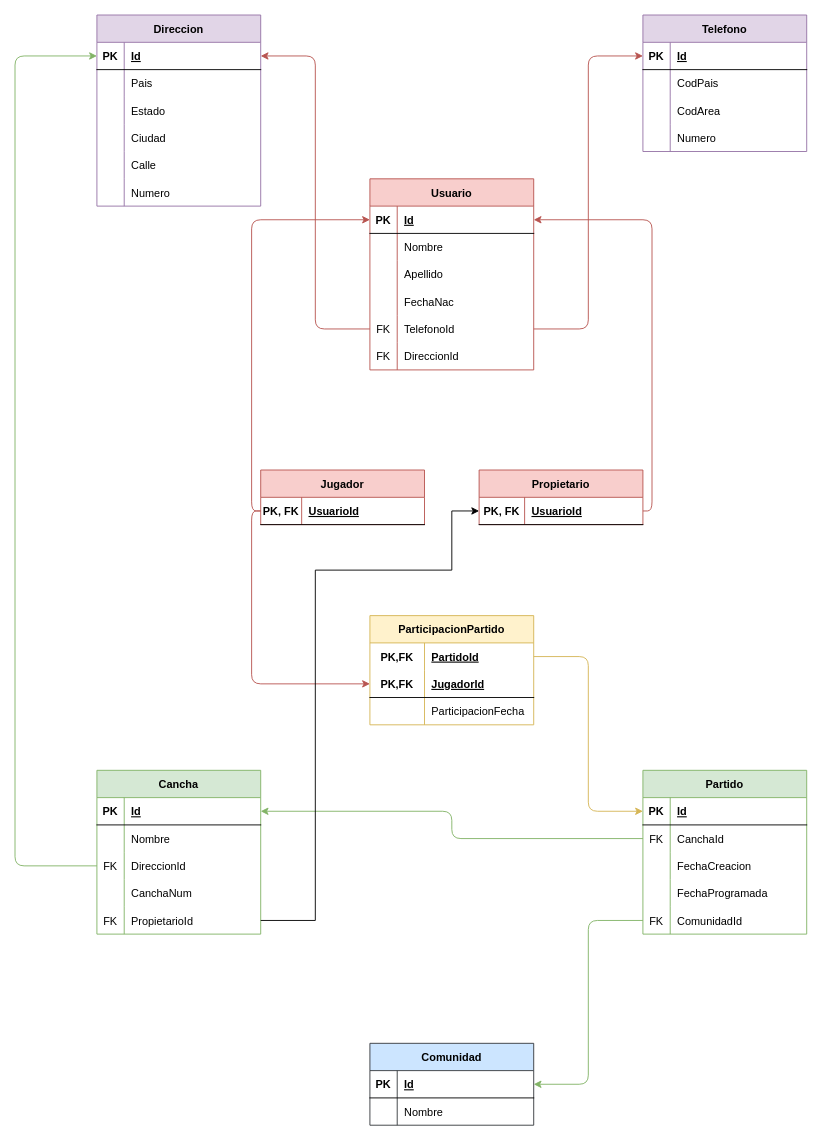
The draw.io diagram design/db/schema.drawio in fmartinez28/PartidosYa, before the edit. Source tidied: cells renumbered, new cells numbered last; positions are measured from the earlier drawing's top-left corner, leaving out a move shared by most shapes. Both pictures are drawn from the tidied source at 91%, with x=0, y=0 at pixel (15, 15).
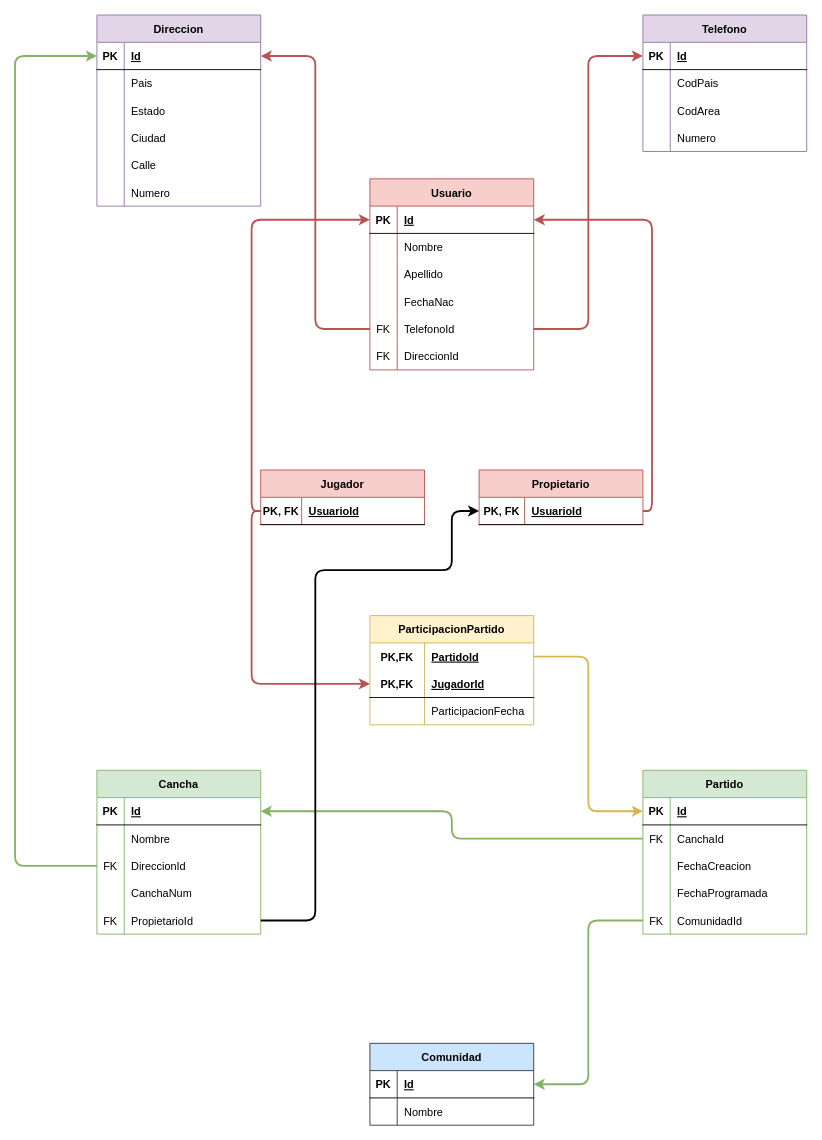
The same diagram, later.

Commit message:
retoques al diseño

The change refers to these unchanged cells:
```xml
<mxCell id="2" value="Partido" style="shape=table;startSize=30;childLayout=tableLayout;rowLines=0;fontStyle=1;align=center;fillColor=#d5e8d4;strokeColor=#82b366;" parent="1" vertex="1">
  <mxGeometry x="690" y="830" width="180" height="180" as="geometry" />
</mxCell>
<mxCell id="6" style="shape=tableRow;horizontal=0;startSize=0;swimlaneHead=0;swimlaneBody=0;fillColor=none;points=[[0,0.5],[1,0.5]];portConstraint=eastwest;top=0;left=0;right=0;bottom=0;" parent="2" vertex="1">
  <mxGeometry y="60" width="180" height="30" as="geometry" />
</mxCell>
<mxCell id="15" style="shape=tableRow;horizontal=0;startSize=0;swimlaneHead=0;swimlaneBody=0;fillColor=none;points=[[0,0.5],[1,0.5]];portConstraint=eastwest;top=0;left=0;right=0;bottom=0;" parent="2" vertex="1">
  <mxGeometry y="150" width="180" height="30" as="geometry" />
</mxCell>
<mxCell id="19" style="shape=tableRow;horizontal=0;startSize=0;swimlaneHead=0;swimlaneBody=0;fillColor=none;points=[[0,0.5],[1,0.5]];portConstraint=eastwest;top=0;left=0;right=0;bottom=1;" parent="18" vertex="1">
  <mxGeometry y="30" width="180" height="30" as="geometry" />
</mxCell>
<mxCell id="23" style="shape=tableRow;horizontal=0;startSize=0;swimlaneHead=0;swimlaneBody=0;fillColor=none;points=[[0,0.5],[1,0.5]];portConstraint=eastwest;top=0;left=0;right=0;bottom=1;" parent="22" vertex="1">
  <mxGeometry y="30" width="180" height="30" as="geometry" />
</mxCell>
<mxCell id="27" style="shape=tableRow;horizontal=0;startSize=0;swimlaneHead=0;swimlaneBody=0;fillColor=none;points=[[0,0.5],[1,0.5]];portConstraint=eastwest;top=0;left=0;right=0;bottom=1;" parent="26" vertex="1">
  <mxGeometry y="30" width="180" height="30" as="geometry" />
</mxCell>
<mxCell id="39" style="shape=tableRow;horizontal=0;startSize=0;swimlaneHead=0;swimlaneBody=0;fillColor=none;points=[[0,0.5],[1,0.5]];portConstraint=eastwest;top=0;left=0;right=0;bottom=0;" parent="26" vertex="1">
  <mxGeometry y="150" width="180" height="30" as="geometry" />
</mxCell>
<mxCell id="46" style="shape=tableRow;horizontal=0;startSize=0;swimlaneHead=0;swimlaneBody=0;fillColor=none;points=[[0,0.5],[1,0.5]];portConstraint=eastwest;top=0;left=0;right=0;bottom=1;" parent="45" vertex="1">
  <mxGeometry y="30" width="180" height="30" as="geometry" />
</mxCell>
<mxCell id="52" style="shape=tableRow;horizontal=0;startSize=0;swimlaneHead=0;swimlaneBody=0;fillColor=none;points=[[0,0.5],[1,0.5]];portConstraint=eastwest;top=0;left=0;right=0;bottom=0;" parent="45" vertex="1">
  <mxGeometry y="90" width="180" height="30" as="geometry" />
</mxCell>
<mxCell id="58" style="shape=tableRow;horizontal=0;startSize=0;swimlaneHead=0;swimlaneBody=0;fillColor=none;points=[[0,0.5],[1,0.5]];portConstraint=eastwest;top=0;left=0;right=0;bottom=0;" parent="45" vertex="1">
  <mxGeometry y="150" width="180" height="30" as="geometry" />
</mxCell>
<mxCell id="62" style="shape=tableRow;horizontal=0;startSize=0;swimlaneHead=0;swimlaneBody=0;fillColor=none;points=[[0,0.5],[1,0.5]];portConstraint=eastwest;top=0;left=0;right=0;bottom=1;" parent="61" vertex="1">
  <mxGeometry y="30" width="180" height="30" as="geometry" />
</mxCell>
<mxCell id="81" style="shape=tableRow;horizontal=0;startSize=0;swimlaneHead=0;swimlaneBody=0;fillColor=none;points=[[0,0.5],[1,0.5]];portConstraint=eastwest;top=0;left=0;right=0;bottom=1;" parent="80" vertex="1">
  <mxGeometry y="30" width="180" height="30" as="geometry" />
</mxCell>
<mxCell id="94" style="shape=tableRow;horizontal=0;startSize=0;swimlaneHead=0;swimlaneBody=0;fillColor=none;points=[[0,0.5],[1,0.5]];portConstraint=eastwest;top=0;left=0;right=0;bottom=0;" parent="93" vertex="1">
  <mxGeometry y="30" width="180" height="30" as="geometry" />
</mxCell>
<mxCell id="97" style="shape=tableRow;horizontal=0;startSize=0;swimlaneHead=0;swimlaneBody=0;fillColor=none;points=[[0,0.5],[1,0.5]];portConstraint=eastwest;top=0;left=0;right=0;bottom=1;" parent="93" vertex="1">
  <mxGeometry y="60" width="180" height="30" as="geometry" />
</mxCell>
<mxCell id="112" style="shape=tableRow;horizontal=0;startSize=0;swimlaneHead=0;swimlaneBody=0;fillColor=none;points=[[0,0.5],[1,0.5]];portConstraint=eastwest;top=0;left=0;right=0;bottom=1;" parent="111" vertex="1">
  <mxGeometry y="30" width="180" height="30" as="geometry" />
</mxCell>
```

Change to the diagram source:
```diff
@@
-    <mxCell id="103" style="edgeStyle=orthogonalEdgeStyle;html=1;exitX=0;exitY=0.5;exitDx=0;exitDy=0;entryX=0;entryY=0.5;entryDx=0;entryDy=0;fillColor=#f8cecc;strokeColor=#b85450;" parent="1" edge="1" source="19" target="27">
+    <mxCell id="103" style="edgeStyle=orthogonalEdgeStyle;html=1;exitX=0;exitY=0.5;exitDx=0;exitDy=0;entryX=0;entryY=0.5;entryDx=0;entryDy=0;fillColor=#f8cecc;strokeColor=#b85450;strokeWidth=2;" parent="1" edge="1" source="19" target="27">
       <mxGeometry relative="1" as="geometry" />
     </mxCell>
-    <mxCell id="104" style="edgeStyle=orthogonalEdgeStyle;html=1;exitX=1;exitY=0.5;exitDx=0;exitDy=0;entryX=1;entryY=0.5;entryDx=0;entryDy=0;fillColor=#f8cecc;strokeColor=#b85450;" parent="1" edge="1" source="23" target="27">
+    <mxCell id="104" style="edgeStyle=orthogonalEdgeStyle;html=1;exitX=1;exitY=0.5;exitDx=0;exitDy=0;entryX=1;entryY=0.5;entryDx=0;entryDy=0;fillColor=#f8cecc;strokeColor=#b85450;strokeWidth=2;" parent="1" edge="1" source="23" target="27">
       <mxGeometry relative="1" as="geometry" />
     </mxCell>
-    <mxCell id="105" style="edgeStyle=orthogonalEdgeStyle;html=1;exitX=1;exitY=0.5;exitDx=0;exitDy=0;entryX=0;entryY=0.5;entryDx=0;entryDy=0;fillColor=#f8cecc;strokeColor=#b85450;" parent="1" edge="1" source="39" target="81">
+    <mxCell id="105" style="edgeStyle=orthogonalEdgeStyle;html=1;exitX=1;exitY=0.5;exitDx=0;exitDy=0;entryX=0;entryY=0.5;entryDx=0;entryDy=0;fillColor=#f8cecc;strokeColor=#b85450;strokeWidth=2;" parent="1" edge="1" source="39" target="81">
       <mxGeometry relative="1" as="geometry" />
     </mxCell>
-    <mxCell id="106" style="edgeStyle=orthogonalEdgeStyle;html=1;exitX=0;exitY=0.5;exitDx=0;exitDy=0;entryX=1;entryY=0.5;entryDx=0;entryDy=0;fillColor=#f8cecc;strokeColor=#b85450;" parent="1" edge="1" source="39" target="62">
+    <mxCell id="106" style="edgeStyle=orthogonalEdgeStyle;html=1;exitX=0;exitY=0.5;exitDx=0;exitDy=0;entryX=1;entryY=0.5;entryDx=0;entryDy=0;fillColor=#f8cecc;strokeColor=#b85450;strokeWidth=2;" parent="1" edge="1" source="39" target="62">
       <mxGeometry relative="1" as="geometry" />
     </mxCell>
-    <mxCell id="107" style="edgeStyle=orthogonalEdgeStyle;html=1;exitX=0;exitY=0.5;exitDx=0;exitDy=0;entryX=0;entryY=0.5;entryDx=0;entryDy=0;fillColor=#f8cecc;strokeColor=#b85450;" parent="1" edge="1" source="19" target="97">
+    <mxCell id="107" style="edgeStyle=orthogonalEdgeStyle;html=1;exitX=0;exitY=0.5;exitDx=0;exitDy=0;entryX=0;entryY=0.5;entryDx=0;entryDy=0;fillColor=#f8cecc;strokeColor=#b85450;strokeWidth=2;" parent="1" edge="1" source="19" target="97">
       <mxGeometry relative="1" as="geometry" />
     </mxCell>
-    <mxCell id="108" style="edgeStyle=orthogonalEdgeStyle;html=1;exitX=1;exitY=0.5;exitDx=0;exitDy=0;entryX=0;entryY=0.25;entryDx=0;entryDy=0;fillColor=#fff2cc;strokeColor=#d6b656;" parent="1" edge="1" source="94" target="2">
+    <mxCell id="108" style="edgeStyle=orthogonalEdgeStyle;html=1;exitX=1;exitY=0.5;exitDx=0;exitDy=0;entryX=0;entryY=0.25;entryDx=0;entryDy=0;fillColor=#fff2cc;strokeColor=#d6b656;strokeWidth=2;" parent="1" edge="1" source="94" target="2">
       <mxGeometry relative="1" as="geometry" />
     </mxCell>
-    <mxCell id="109" style="edgeStyle=orthogonalEdgeStyle;html=1;exitX=0;exitY=0.5;exitDx=0;exitDy=0;entryX=1;entryY=0.5;entryDx=0;entryDy=0;fillColor=#d5e8d4;strokeColor=#82b366;" parent="1" edge="1" source="6" target="46">
+    <mxCell id="109" style="edgeStyle=orthogonalEdgeStyle;html=1;exitX=0;exitY=0.5;exitDx=0;exitDy=0;entryX=1;entryY=0.5;entryDx=0;entryDy=0;fillColor=#d5e8d4;strokeColor=#82b366;strokeWidth=2;" parent="1" edge="1" source="6" target="46">
       <mxGeometry relative="1" as="geometry" />
     </mxCell>
-    <mxCell id="110" style="edgeStyle=orthogonalEdgeStyle;html=1;exitX=0;exitY=0.5;exitDx=0;exitDy=0;entryX=0;entryY=0.5;entryDx=0;entryDy=0;fillColor=#d5e8d4;strokeColor=#82b366;" parent="1" edge="1" source="52" target="62">
+    <mxCell id="110" style="edgeStyle=orthogonalEdgeStyle;html=1;exitX=0;exitY=0.5;exitDx=0;exitDy=0;entryX=0;entryY=0.5;entryDx=0;entryDy=0;fillColor=#d5e8d4;strokeColor=#82b366;strokeWidth=2;" parent="1" edge="1" source="52" target="62">
       <mxGeometry relative="1" as="geometry">
         <Array as="points">
           <mxPoint y="935" />
           <mxPoint y="45" />
         </Array>
       </mxGeometry>
     </mxCell>
@@
-    <mxCell id="118" style="edgeStyle=orthogonalEdgeStyle;html=1;exitX=0;exitY=0.5;exitDx=0;exitDy=0;entryX=1;entryY=0.5;entryDx=0;entryDy=0;fillColor=#d5e8d4;strokeColor=#82b366;" parent="1" edge="1" source="15" target="112">
+    <mxCell id="118" style="edgeStyle=orthogonalEdgeStyle;html=1;exitX=0;exitY=0.5;exitDx=0;exitDy=0;entryX=1;entryY=0.5;entryDx=0;entryDy=0;fillColor=#d5e8d4;strokeColor=#82b366;strokeWidth=2;" parent="1" edge="1" source="15" target="112">
       <mxGeometry relative="1" as="geometry" />
     </mxCell>
-    <mxCell id="119" style="edgeStyle=orthogonalEdgeStyle;rounded=0;jettySize=auto;html=1;exitX=1;exitY=0.5;exitDx=0;exitDy=0;entryX=0;entryY=0.5;entryDx=0;entryDy=0;" parent="1" edge="1" source="58" target="23">
+    <mxCell id="119" style="edgeStyle=orthogonalEdgeStyle;rounded=1;jettySize=auto;html=1;exitX=1;exitY=0.5;exitDx=0;exitDy=0;entryX=0;entryY=0.5;entryDx=0;entryDy=0;strokeWidth=2;" parent="1" edge="1" source="58" target="23">
       <mxGeometry relative="1" as="geometry">
         <Array as="points">
           <mxPoint x="330" y="995" />
           <mxPoint x="330" y="610" />
           <mxPoint x="480" y="610" />
           <mxPoint x="480" y="545" />
         </Array>
       </mxGeometry>
     </mxCell>
```
